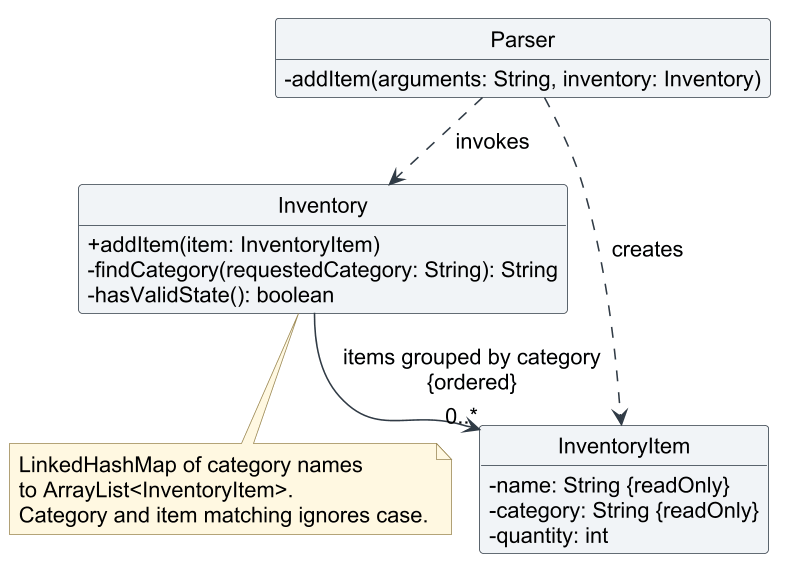
Earlier version of the PlantUML export docs/images/inventory-add-class.png (AY2627S1-CS2113-T11-3/tp). Its diagram source:
```plantuml
@startuml
!pragma layout smetana
!include loan-style.puml
hide circle
hide empty members
top to bottom direction

class Parser {
    -addItem(arguments: String, inventory: Inventory)
}
class Inventory {
    +addItem(item: InventoryItem)
    -findCategory(requestedCategory: String): String
    -hasValidState(): boolean
}
class InventoryItem {
    -name: String {readOnly}
    -category: String {readOnly}
    -quantity: int
}

Parser ..> Inventory : invokes
Parser ..> InventoryItem : creates
Inventory --> "0..*" InventoryItem : items grouped by category\n{ordered}
note bottom of Inventory
  LinkedHashMap of category names
  to ArrayList<InventoryItem>.
  Category and item matching ignores case.
end note
@enduml
```
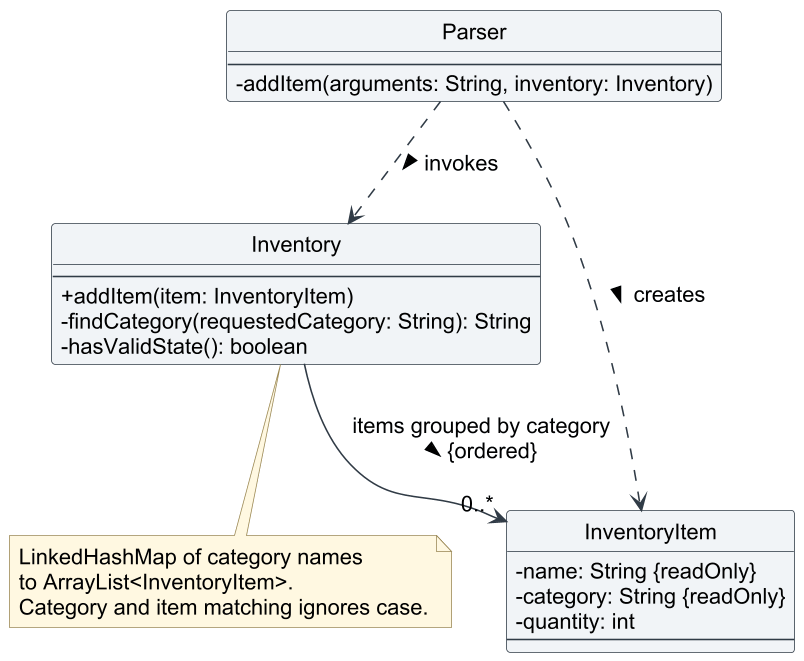
After the commit.

Diff of the diagram source:
```diff
@@ -1,27 +1,28 @@
 @startuml
-!pragma layout smetana
 !include loan-style.puml
 hide circle
-hide empty members
 top to bottom direction
 
 class Parser {
-    -addItem(arguments: String, inventory: Inventory)
+    --
+    {field} -addItem(arguments: String, inventory: Inventory)
 }
 class Inventory {
-    +addItem(item: InventoryItem)
-    -findCategory(requestedCategory: String): String
-    -hasValidState(): boolean
+    --
+    {field} +addItem(item: InventoryItem)
+    {field} -findCategory(requestedCategory: String): String
+    {field} -hasValidState(): boolean
 }
 class InventoryItem {
-    -name: String {readOnly}
-    -category: String {readOnly}
-    -quantity: int
+    {field} -name: String {readOnly}
+    {field} -category: String {readOnly}
+    {field} -quantity: int
+    --
 }
 
-Parser ..> Inventory : invokes
-Parser ..> InventoryItem : creates
-Inventory --> "0..*" InventoryItem : items grouped by category\n{ordered}
+Parser ..> Inventory : invokes >
+Parser ..> InventoryItem : creates >
+Inventory --> "0..*" InventoryItem : items grouped by category\n{ordered} >
 note bottom of Inventory
   LinkedHashMap of category names
   to ArrayList<InventoryItem>.
```
